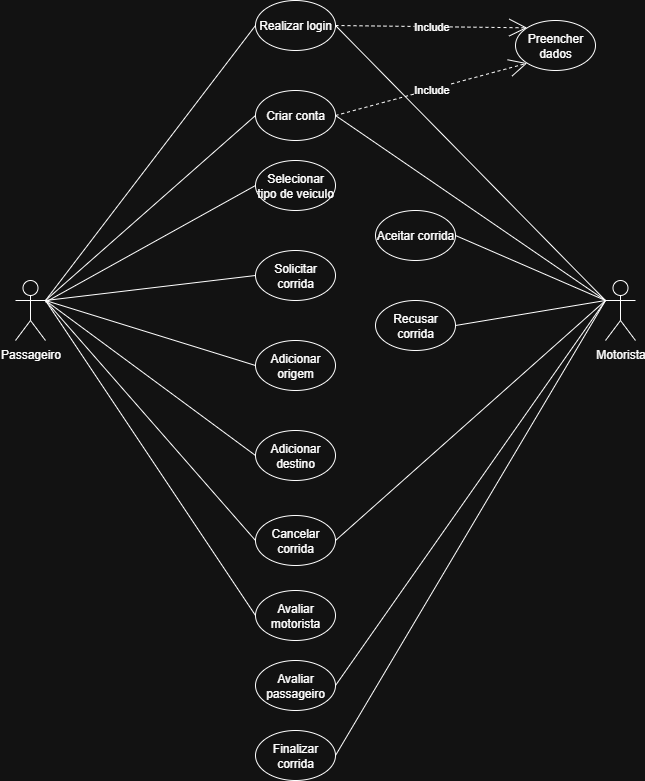
Before: documentação/CasoDeUso.drawio.png, a diagram exported from draw.io (LucasnProg/UberPB). Source tidied: cells renumbered, new cells last; positions are measured from the earlier drawing's top-left corner, leaving out a move shared by most shapes.
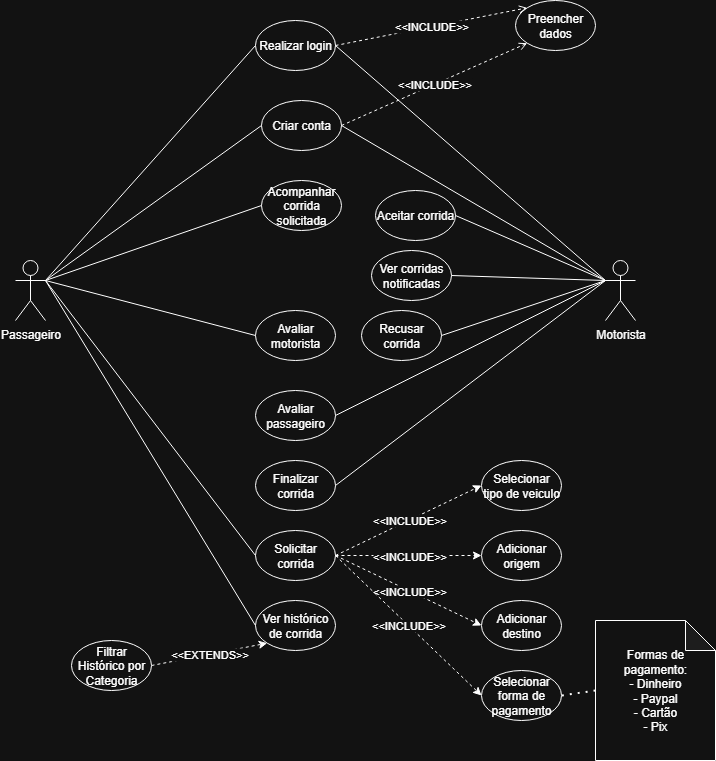
The same file after the commit.

What changed in the source:
```diff
@@ -6,35 +6,20 @@
       <mxGeometry y="280" width="30" height="60" as="geometry" />
     </mxCell>
     <mxCell id="3" value="Selecionar tipo de veiculo" style="ellipse;whiteSpace=wrap;html=1;" parent="1" vertex="1">
-      <mxGeometry x="240" y="160" width="80" height="50" as="geometry" />
+      <mxGeometry x="466" y="480" width="80" height="50" as="geometry" />
     </mxCell>
     <mxCell id="4" value="Solicitar corrida" style="ellipse;whiteSpace=wrap;html=1;" parent="1" vertex="1">
-      <mxGeometry x="240" y="250" width="80" height="50" as="geometry" />
+      <mxGeometry x="240" y="550" width="80" height="50" as="geometry" />
     </mxCell>
     <mxCell id="5" value="Adicionar origem" style="ellipse;whiteSpace=wrap;html=1;" parent="1" vertex="1">
-      <mxGeometry x="240" y="340" width="80" height="50" as="geometry" />
+      <mxGeometry x="466" y="550" width="80" height="50" as="geometry" />
     </mxCell>
     <mxCell id="6" value="Adicionar destino" style="ellipse;whiteSpace=wrap;html=1;" parent="1" vertex="1">
-      <mxGeometry x="240" y="430" width="80" height="50" as="geometry" />
+      <mxGeometry x="466" y="620" width="80" height="50" as="geometry" />
     </mxCell>
-    <mxCell id="7" value="Cancelar corrida" style="ellipse;whiteSpace=wrap;html=1;" parent="1" vertex="1">
-      <mxGeometry x="240" y="515" width="80" height="50" as="geometry" />
-    </mxCell>
-    <mxCell id="8" style="endArrow=none;endSize=16;endFill=0;html=1;rounded=0;entryX=0;entryY=0.5;entryDx=0;entryDy=0;" parent="1" edge="1" source="2" target="3">
-      <mxGeometry relative="1" as="geometry" />
-    </mxCell>
     <mxCell id="9" style="endArrow=none;endSize=16;endFill=0;html=1;rounded=0;entryX=0;entryY=0.5;entryDx=0;entryDy=0;exitX=1;exitY=0.3333333333333333;exitDx=0;exitDy=0;exitPerimeter=0;" parent="1" edge="1" source="2" target="4">
       <mxGeometry relative="1" as="geometry" />
     </mxCell>
-    <mxCell id="10" style="endArrow=none;endSize=16;endFill=0;html=1;rounded=0;entryX=0;entryY=0.5;entryDx=0;entryDy=0;exitX=1;exitY=0.3333333333333333;exitDx=0;exitDy=0;exitPerimeter=0;" parent="1" edge="1" source="2" target="5">
-      <mxGeometry relative="1" as="geometry" />
-    </mxCell>
-    <mxCell id="11" style="endArrow=none;endSize=16;endFill=0;html=1;rounded=0;entryX=0;entryY=0.5;entryDx=0;entryDy=0;exitX=1;exitY=0.3333333333333333;exitDx=0;exitDy=0;exitPerimeter=0;" parent="1" edge="1" source="2" target="6">
-      <mxGeometry relative="1" as="geometry" />
-    </mxCell>
-    <mxCell id="12" style="endArrow=none;endSize=16;endFill=0;html=1;rounded=0;entryX=0;entryY=0.5;entryDx=0;entryDy=0;exitX=1;exitY=0.3333333333333333;exitDx=0;exitDy=0;exitPerimeter=0;" parent="1" edge="1" source="2" target="7">
-      <mxGeometry relative="1" as="geometry" />
-    </mxCell>
     <mxCell id="13" value="Motorista" style="shape=umlActor;verticalLabelPosition=bottom;verticalAlign=top;html=1;" parent="1" vertex="1">
       <mxGeometry x="590" y="280" width="30" height="60" as="geometry" />
     </mxCell>
@@ -42,7 +27,7 @@
       <mxGeometry x="360" y="210" width="80" height="50" as="geometry" />
     </mxCell>
     <mxCell id="15" value="Recusar corrida" style="ellipse;whiteSpace=wrap;html=1;" parent="1" vertex="1">
-      <mxGeometry x="360" y="300" width="80" height="50" as="geometry" />
+      <mxGeometry x="346" y="330" width="80" height="50" as="geometry" />
     </mxCell>
     <mxCell id="16" style="endArrow=none;endSize=16;endFill=0;html=1;rounded=0;entryX=1;entryY=0.5;entryDx=0;entryDy=0;exitX=0;exitY=0.3333333333333333;exitDx=0;exitDy=0;exitPerimeter=0;" parent="1" edge="1" source="13" target="14">
       <mxGeometry relative="1" as="geometry" />
@@ -50,14 +35,11 @@
     <mxCell id="17" style="endArrow=none;endSize=16;endFill=0;html=1;rounded=0;entryX=0;entryY=0.3333333333333333;entryDx=0;entryDy=0;exitX=1;exitY=0.5;exitDx=0;exitDy=0;entryPerimeter=0;" parent="1" edge="1" source="15" target="13">
       <mxGeometry relative="1" as="geometry" />
     </mxCell>
-    <mxCell id="18" style="endArrow=none;endSize=16;endFill=0;html=1;rounded=0;entryX=0;entryY=0.3333333333333333;entryDx=0;entryDy=0;exitX=1;exitY=0.5;exitDx=0;exitDy=0;entryPerimeter=0;" parent="1" edge="1" source="7" target="13">
-      <mxGeometry relative="1" as="geometry" />
-    </mxCell>
     <mxCell id="19" value="Realizar login" style="ellipse;whiteSpace=wrap;html=1;" parent="1" vertex="1">
-      <mxGeometry x="240" width="80" height="50" as="geometry" />
+      <mxGeometry x="240" y="40" width="80" height="50" as="geometry" />
     </mxCell>
     <mxCell id="20" value="Criar conta" style="ellipse;whiteSpace=wrap;html=1;" parent="1" vertex="1">
-      <mxGeometry x="240" y="90" width="80" height="50" as="geometry" />
+      <mxGeometry x="246" y="120" width="80" height="50" as="geometry" />
     </mxCell>
     <mxCell id="21" style="endArrow=none;endSize=16;endFill=0;html=1;rounded=0;entryX=0;entryY=0.5;entryDx=0;entryDy=0;exitX=1;exitY=0.3333333333333333;exitDx=0;exitDy=0;exitPerimeter=0;" parent="1" edge="1" source="2" target="19">
       <mxGeometry relative="1" as="geometry" />
@@ -74,29 +56,89 @@
     <mxCell id="25" value="Preencher dados" style="ellipse;whiteSpace=wrap;html=1;" parent="1" vertex="1">
       <mxGeometry x="500" y="20" width="80" height="50" as="geometry" />
     </mxCell>
-    <mxCell id="26" value="Include" style="endArrow=open;endSize=16;endFill=0;html=1;rounded=0;exitX=1;exitY=0.5;exitDx=0;exitDy=0;entryX=0;entryY=0;entryDx=0;entryDy=0;dashed=1;" parent="1" edge="1" source="19" target="25">
+    <mxCell id="26" value="&amp;lt;&amp;lt;INCLUDE&amp;gt;&amp;gt;" style="endArrow=open;endFill=0;html=1;rounded=0;exitX=1;exitY=0.5;exitDx=0;exitDy=0;entryX=0;entryY=0;entryDx=0;entryDy=0;dashed=1;" parent="1" edge="1" source="19" target="25">
       <mxGeometry relative="1" as="geometry" />
     </mxCell>
-    <mxCell id="27" value="Include" style="endArrow=open;endSize=16;endFill=0;html=1;rounded=0;exitX=1;exitY=0.5;exitDx=0;exitDy=0;entryX=0;entryY=1;entryDx=0;entryDy=0;dashed=1;" parent="1" edge="1" source="20" target="25">
+    <mxCell id="27" value="&amp;lt;&amp;lt;INCLUDE&amp;gt;&amp;gt;" style="endArrow=open;endFill=0;html=1;rounded=0;exitX=1;exitY=0.5;exitDx=0;exitDy=0;entryX=0;entryY=1;entryDx=0;entryDy=0;dashed=1;" parent="1" edge="1" source="20" target="25">
       <mxGeometry relative="1" as="geometry" />
     </mxCell>
     <mxCell id="28" value="Avaliar motorista" style="ellipse;whiteSpace=wrap;html=1;" parent="1" vertex="1">
-      <mxGeometry x="240" y="590" width="80" height="50" as="geometry" />
+      <mxGeometry x="240" y="330" width="80" height="50" as="geometry" />
     </mxCell>
     <mxCell id="29" style="endArrow=none;endSize=16;endFill=0;html=1;rounded=0;entryX=0;entryY=0.5;entryDx=0;entryDy=0;exitX=1;exitY=0.3333333333333333;exitDx=0;exitDy=0;exitPerimeter=0;" parent="1" edge="1" source="2" target="28">
       <mxGeometry relative="1" as="geometry" />
     </mxCell>
     <mxCell id="30" value="Avaliar passageiro" style="ellipse;whiteSpace=wrap;html=1;" parent="1" vertex="1">
-      <mxGeometry x="240" y="660" width="80" height="50" as="geometry" />
+      <mxGeometry x="240" y="410" width="80" height="50" as="geometry" />
     </mxCell>
     <mxCell id="31" style="endArrow=none;endSize=16;endFill=0;html=1;rounded=0;entryX=0;entryY=0.3333333333333333;entryDx=0;entryDy=0;exitX=1;exitY=0.5;exitDx=0;exitDy=0;entryPerimeter=0;" parent="1" edge="1" source="30" target="13">
       <mxGeometry relative="1" as="geometry" />
     </mxCell>
     <mxCell id="32" value="Finalizar corrida" style="ellipse;whiteSpace=wrap;html=1;" parent="1" vertex="1">
-      <mxGeometry x="240" y="730" width="80" height="50" as="geometry" />
+      <mxGeometry x="240" y="480" width="80" height="50" as="geometry" />
     </mxCell>
     <mxCell id="33" style="endArrow=none;endSize=16;endFill=0;html=1;rounded=0;exitX=1;exitY=0.5;exitDx=0;exitDy=0;entryX=0;entryY=0.3333333333333333;entryDx=0;entryDy=0;entryPerimeter=0;" parent="1" edge="1" source="32" target="13">
       <mxGeometry relative="1" as="geometry" />
     </mxCell>
+    <mxCell id="34" value="Selecionar forma de pagamento" style="ellipse;whiteSpace=wrap;html=1;" parent="1" vertex="1">
+      <mxGeometry x="466" y="690" width="80" height="50" as="geometry" />
+    </mxCell>
+    <mxCell id="35" value="Formas de pagamento:&lt;br&gt;- Dinheiro&lt;div&gt;- Paypal&lt;/div&gt;&lt;div&gt;- Cartão&lt;/div&gt;&lt;div&gt;- Pix&lt;/div&gt;" style="shape=note;whiteSpace=wrap;html=1;backgroundOutline=1;darkOpacity=0.05;" parent="1" vertex="1">
+      <mxGeometry x="580" y="640" width="120" height="140" as="geometry" />
+    </mxCell>
+    <mxCell id="36" style="endArrow=none;dashed=1;html=1;dashPattern=1 3;strokeWidth=2;rounded=0;entryX=1;entryY=0.5;entryDx=0;entryDy=0;exitX=0;exitY=0.5;exitDx=0;exitDy=0;exitPerimeter=0;" parent="1" edge="1" source="35" target="34">
+      <mxGeometry relative="1" as="geometry" />
+    </mxCell>
+    <mxCell id="37" style="endArrow=classic;html=1;rounded=0;entryX=0;entryY=0.5;entryDx=0;entryDy=0;exitX=1;exitY=0.5;exitDx=0;exitDy=0;dashed=1;" parent="1" edge="1" source="4" target="3">
+      <mxGeometry relative="1" as="geometry" />
+    </mxCell>
+    <mxCell id="38" value="&amp;lt;&amp;lt;INCLUDE&amp;gt;&amp;gt;" style="edgeLabel;html=1;align=center;verticalAlign=middle;" parent="37" vertex="1">
+      <mxGeometry relative="1" as="geometry" />
+    </mxCell>
+    <mxCell id="39" style="endArrow=classic;html=1;rounded=0;entryX=0;entryY=0.5;entryDx=0;entryDy=0;exitX=1;exitY=0.5;exitDx=0;exitDy=0;dashed=1;" parent="1" edge="1" source="4" target="5">
+      <mxGeometry relative="1" as="geometry" />
+    </mxCell>
+    <mxCell id="40" value="&amp;lt;&amp;lt;INCLUDE&amp;gt;&amp;gt;" style="edgeLabel;html=1;align=center;verticalAlign=middle;" parent="39" vertex="1">
+      <mxGeometry relative="1" as="geometry" />
+    </mxCell>
+    <mxCell id="41" style="endArrow=classic;html=1;rounded=0;entryX=0;entryY=0.5;entryDx=0;entryDy=0;exitX=1;exitY=0.5;exitDx=0;exitDy=0;dashed=1;" parent="1" edge="1" source="4" target="6">
+      <mxGeometry relative="1" as="geometry" />
+    </mxCell>
+    <mxCell id="42" value="&amp;lt;&amp;lt;INCLUDE&amp;gt;&amp;gt;" style="edgeLabel;html=1;align=center;verticalAlign=middle;" parent="41" vertex="1">
+      <mxGeometry relative="1" as="geometry" />
+    </mxCell>
+    <mxCell id="43" style="endArrow=classic;html=1;rounded=0;entryX=0;entryY=0.5;entryDx=0;entryDy=0;exitX=1;exitY=0.5;exitDx=0;exitDy=0;dashed=1;" parent="1" edge="1" source="4" target="34">
+      <mxGeometry relative="1" as="geometry" />
+    </mxCell>
+    <mxCell id="44" value="&amp;lt;&amp;lt;INCLUDE&amp;gt;&amp;gt;" style="edgeLabel;html=1;align=center;verticalAlign=middle;" parent="43" vertex="1">
+      <mxGeometry relative="1" as="geometry" />
+    </mxCell>
+    <mxCell id="45" value="Acompanhar corrida solicitada" style="ellipse;whiteSpace=wrap;html=1;" parent="1" vertex="1">
+      <mxGeometry x="246" y="200" width="80" height="50" as="geometry" />
+    </mxCell>
+    <mxCell id="46" style="endArrow=none;endSize=16;endFill=0;html=1;rounded=0;entryX=0;entryY=0.5;entryDx=0;entryDy=0;exitX=1;exitY=0.3333333333333333;exitDx=0;exitDy=0;exitPerimeter=0;" parent="1" edge="1" source="2" target="45">
+      <mxGeometry relative="1" as="geometry" />
+    </mxCell>
+    <mxCell id="47" value="Ver histórico de corrida" style="ellipse;whiteSpace=wrap;html=1;" parent="1" vertex="1">
+      <mxGeometry x="240" y="620" width="80" height="50" as="geometry" />
+    </mxCell>
+    <mxCell id="48" style="endArrow=none;endSize=16;endFill=0;html=1;rounded=0;entryX=0;entryY=0.5;entryDx=0;entryDy=0;exitX=1;exitY=0.3333333333333333;exitDx=0;exitDy=0;exitPerimeter=0;" parent="1" edge="1" source="2" target="47">
+      <mxGeometry relative="1" as="geometry" />
+    </mxCell>
+    <mxCell id="49" style="endArrow=classic;html=1;rounded=0;entryX=0;entryY=1;entryDx=0;entryDy=0;exitX=1;exitY=0.5;exitDx=0;exitDy=0;dashed=1;" parent="1" edge="1" source="51" target="47">
+      <mxGeometry relative="1" as="geometry" />
+    </mxCell>
+    <mxCell id="50" value="&amp;lt;&amp;lt;EXTENDS&amp;gt;&amp;gt;" style="edgeLabel;html=1;align=center;verticalAlign=middle;" parent="49" vertex="1">
+      <mxGeometry relative="1" as="geometry" />
+    </mxCell>
+    <mxCell id="51" value="Filtrar Histórico por Categoria" style="ellipse;whiteSpace=wrap;html=1;" parent="1" vertex="1">
+      <mxGeometry x="56" y="660" width="80" height="50" as="geometry" />
+    </mxCell>
+    <mxCell id="52" value="Ver corridas notificadas" style="ellipse;whiteSpace=wrap;html=1;" parent="1" vertex="1">
+      <mxGeometry x="356" y="270" width="80" height="50" as="geometry" />
+    </mxCell>
+    <mxCell id="53" style="endArrow=none;endSize=16;endFill=0;html=1;rounded=0;entryX=1;entryY=0.5;entryDx=0;entryDy=0;exitX=0;exitY=0.3333333333333333;exitDx=0;exitDy=0;exitPerimeter=0;" parent="1" edge="1" source="13" target="52">
+      <mxGeometry relative="1" as="geometry" />
+    </mxCell>
   </root>
 </mxGraphModel>
```
